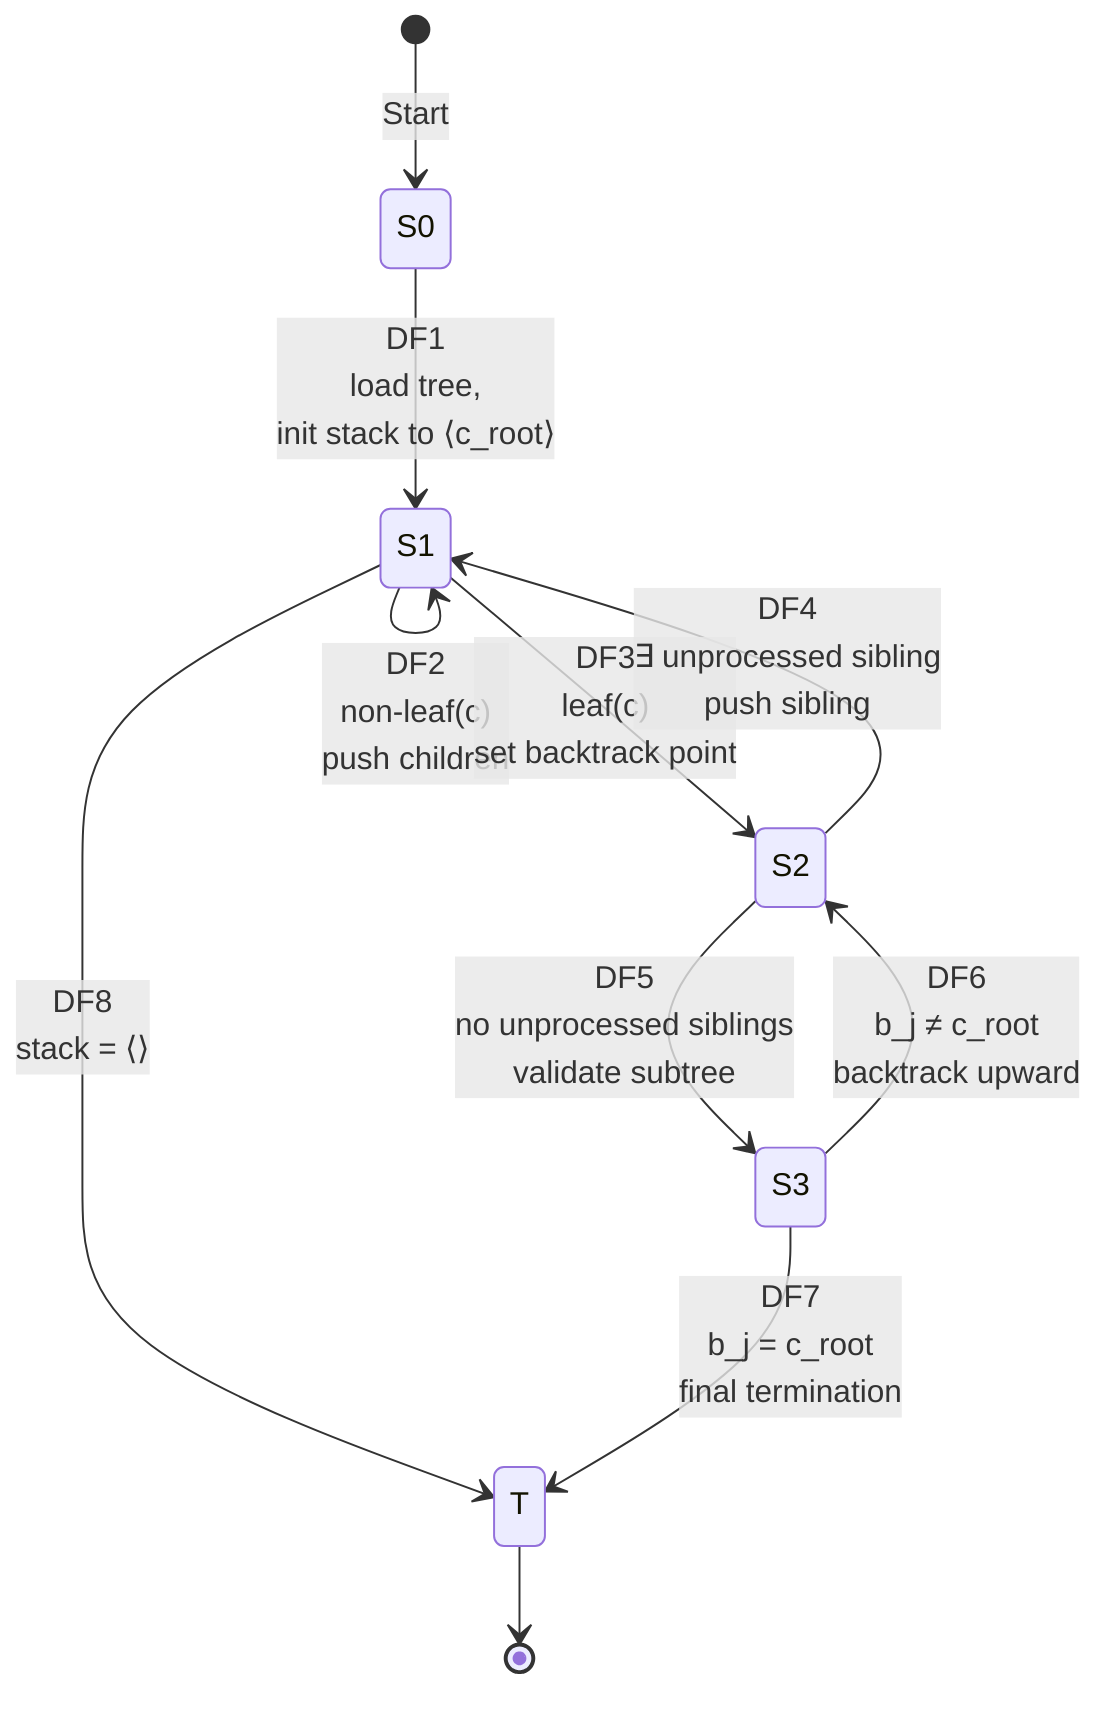
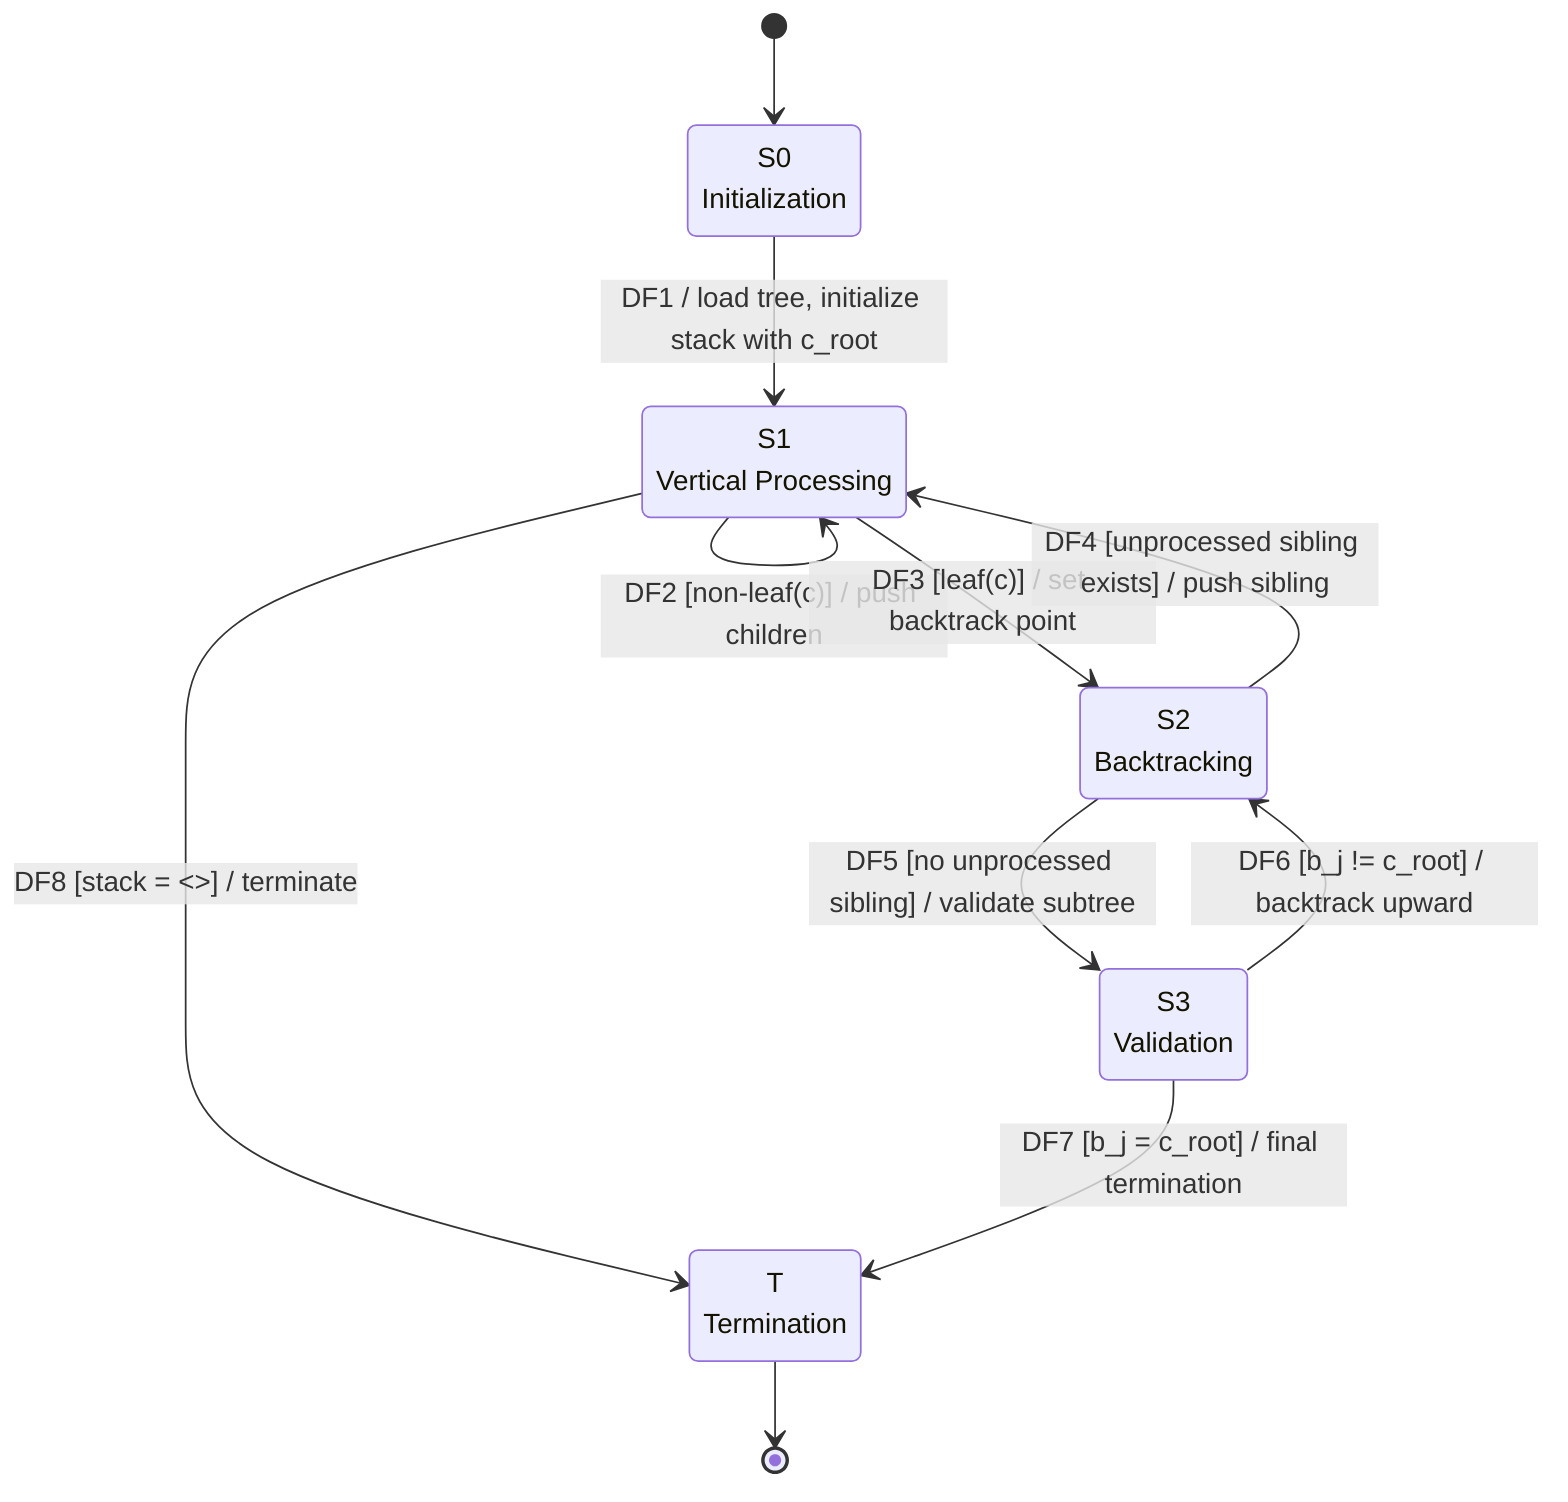
stateDiagram-v2
    direction TB

-     [*] --> S0: Start
+     [*] --> S0

-     %% DF1: Initialization
-     S0 --> S1: DF1<br/>load tree,<br/>init stack to ⟨c_root⟩
+     state "S0<br/>Initialization" as S0
+     state "S1<br/>Vertical Processing" as S1
+     state "S2<br/>Backtracking" as S2
+     state "S3<br/>Validation" as S3
+     state "T<br/>Termination" as T

-     %% DF2–DF3: Vertical processing
-     S1 --> S1: DF2<br/>non-leaf(c)<br/>push children
-     S1 --> S2: DF3<br/>leaf(c)<br/>set backtrack point
+     S0 --> S1 : DF1 / load tree, initialize stack with c_root

-     %% DF8: Empty stack termination
-     S1 --> T: DF8<br/>stack = ⟨⟩
+     S1 --> S1 : DF2 [non-leaf(c)] / push children
+     S1 --> S2 : DF3 [leaf(c)] / set backtrack point

-     %% DF4–DF5: Backtracking
-     S2 --> S1: DF4<br/>∃ unprocessed sibling<br/>push sibling
-     S2 --> S3: DF5<br/>no unprocessed siblings<br/>validate subtree
+     S1 --> T : DF8 [stack = <>] / terminate

-     %% DF6–DF7: Validation
-     S3 --> S2: DF6<br/>b_j ≠ c_root<br/>backtrack upward
-     S3 --> T: DF7<br/>b_j = c_root<br/>final termination
+     S2 --> S1 : DF4 [unprocessed sibling exists] / push sibling
+     S2 --> S3 : DF5 [no unprocessed sibling] / validate subtree
+ 
+     S3 --> S2 : DF6 [b_j != c_root] / backtrack upward
+     S3 --> T : DF7 [b_j = c_root] / final termination

    T --> [*]
